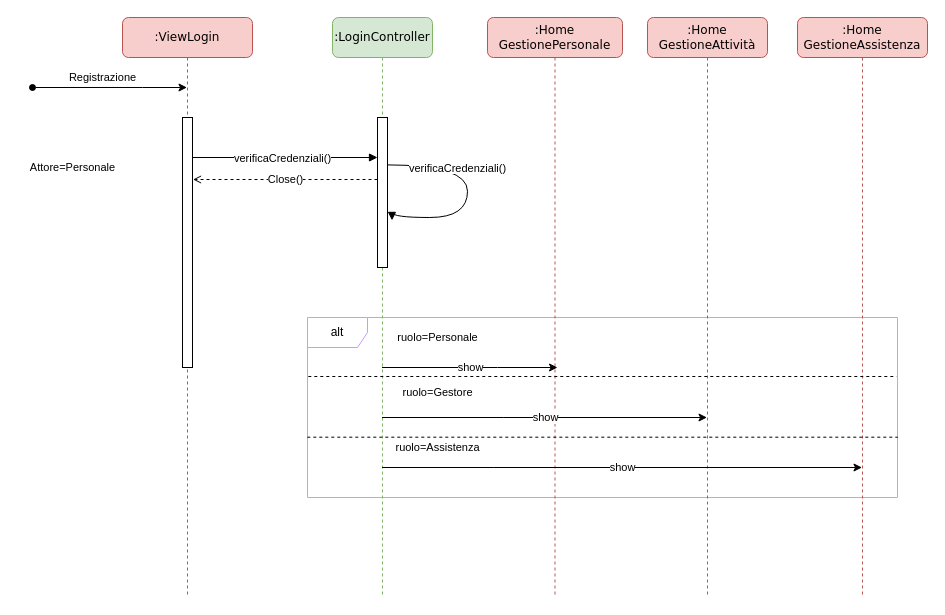
Above: page "Login" (2 of 4) of sequenza.drawio in Marco-Burattoni/Progetto-ids (draw.io), before the change. Source tidied: cells renumbered, new cells numbered last; positions are measured from the earlier drawing's top-left corner, leaving out a move shared by most shapes. Both pictures are drawn from the tidied source at 100%, with x=0, y=0 at pixel (17, 17).
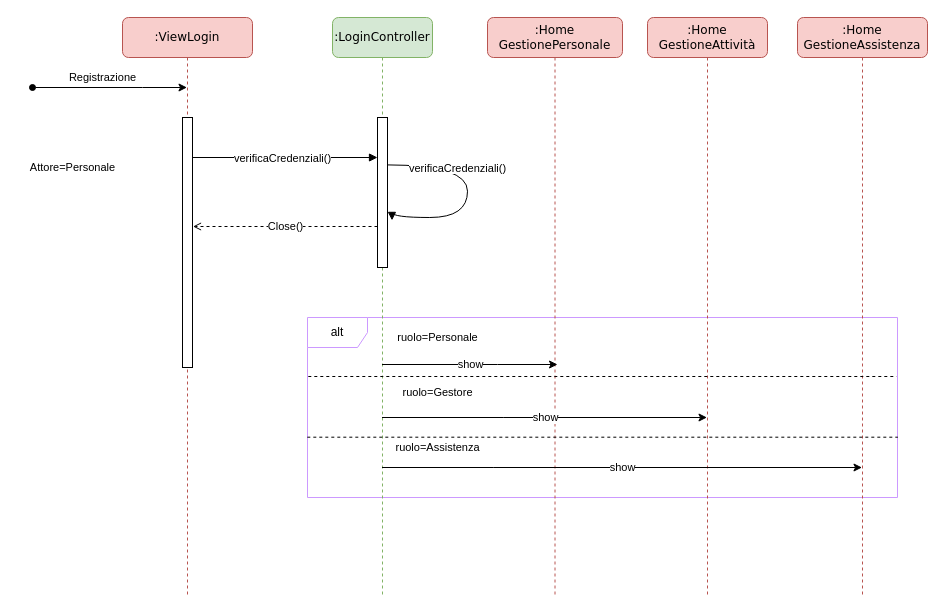
The same page after the edit.

Unchanged cells that the change refers to:
```xml
<mxCell id="3" value=":LoginController" style="shape=umlLifeline;perimeter=lifelinePerimeter;whiteSpace=wrap;html=1;outlineConnect=0;rounded=1;shadow=0;comic=0;labelBackgroundColor=none;strokeWidth=1;fontFamily=Verdana;fontSize=12;align=center;fillColor=#d5e8d4;strokeColor=#82b366;" parent="1" vertex="1">
  <mxGeometry x="315" width="100" height="580" as="geometry" />
</mxCell>
<mxCell id="4" style="html=1;points=[];perimeter=orthogonalPerimeter;rounded=0;shadow=0;comic=0;labelBackgroundColor=none;strokeWidth=1;fontFamily=Verdana;fontSize=12;align=center;" parent="3" vertex="1">
  <mxGeometry x="45" y="100" width="10" height="150" as="geometry" />
</mxCell>
<mxCell id="10" style="html=1;points=[];perimeter=orthogonalPerimeter;rounded=0;shadow=0;comic=0;labelBackgroundColor=none;strokeWidth=1;fontFamily=Verdana;fontSize=12;align=center;" parent="9" vertex="1">
  <mxGeometry x="60" y="100" width="10" height="250" as="geometry" />
</mxCell>
```

What changed in the source:
```diff
@@
-    <mxCell id="12" value="Close()" style="rounded=0;jettySize=auto;html=1;dashed=1;entryX=1.052;entryY=0.248;entryDx=0;entryDy=0;entryPerimeter=0;endArrow=open;endFill=0;" parent="1" edge="1" source="4" target="10">
-      <mxGeometry relative="1" as="geometry" />
+    <mxCell id="12" value="Close()" style="rounded=0;orthogonalLoop=1;jettySize=auto;html=1;dashed=1;entryX=1.052;entryY=0.248;entryDx=0;entryDy=0;entryPerimeter=0;endArrow=open;endFill=0;" parent="1" edge="1">
+      <mxGeometry relative="1" as="geometry">
+        <mxPoint x="360" y="209" as="sourcePoint" />
+        <mxPoint x="175.5" y="209" as="targetPoint" />
+      </mxGeometry>
     </mxCell>
@@
-    <mxCell id="15" value="show" style="endArrow=classic;html=1;rounded=0;labelBackgroundColor=#FFFFFF;fontFamily=Helvetica;fontSize=11;" parent="1" edge="1" source="3">
+    <mxCell id="15" value="show" style="endArrow=classic;html=1;rounded=0;labelBackgroundColor=#FFFFFF;fontFamily=Helvetica;fontSize=11;" parent="1" edge="1">
       <mxGeometry relative="1" as="geometry">
-        <mxPoint x="540" y="350" as="targetPoint" />
+        <mxPoint x="364.5" y="347" as="sourcePoint" />
+        <mxPoint x="540" y="347" as="targetPoint" />
         <Array as="points">
-          <mxPoint x="480" y="350" />
+          <mxPoint x="480" y="347" />
         </Array>
       </mxGeometry>
     </mxCell>
```
